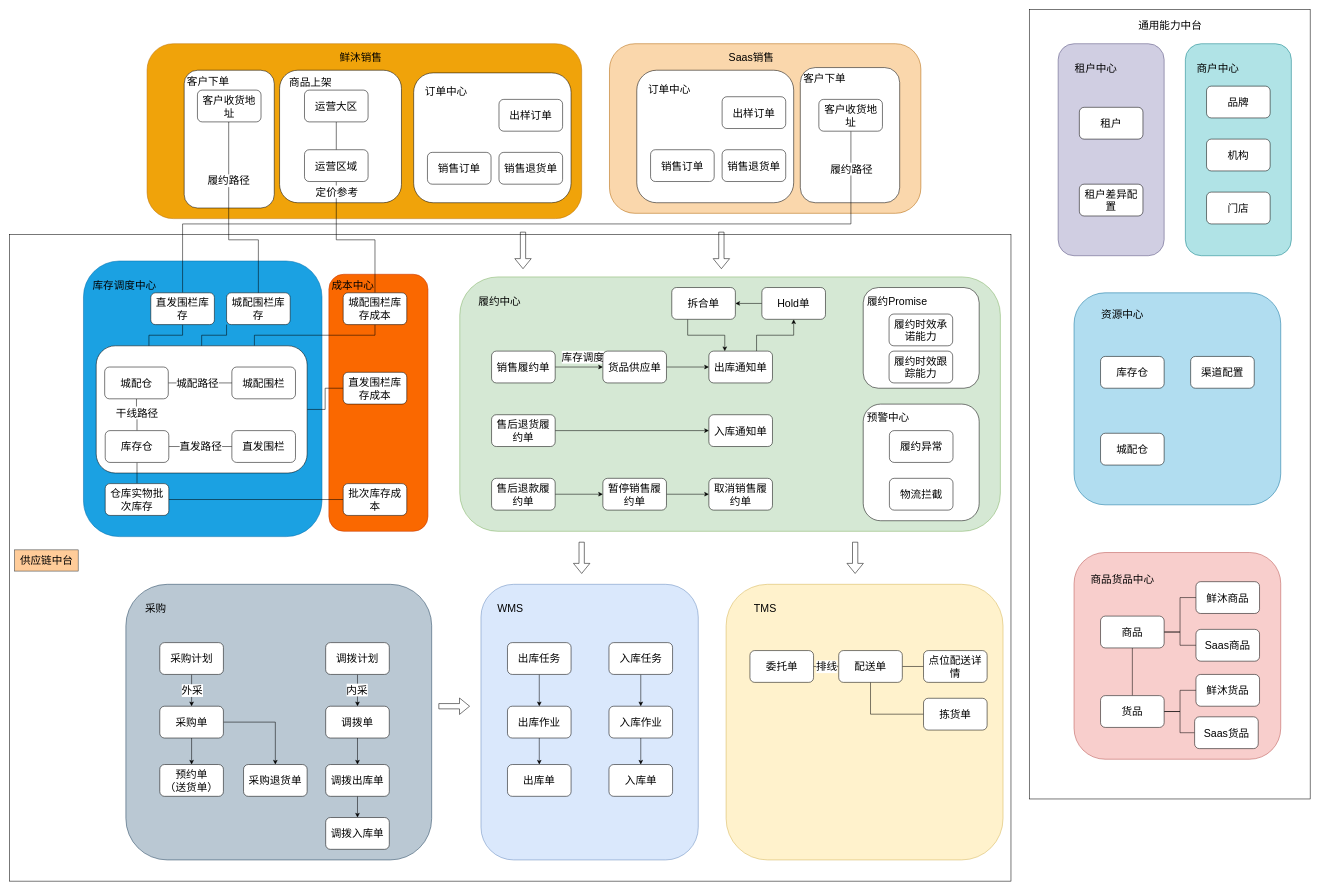
zzqfsy/zzqfsy.github.io keeps this draw.io diagram as draw.io/全渠道供应技术方案.drawio. Above is the earlier version. Source tidied: cells renumbered, new cells numbered last; positions are measured from the earlier drawing's top-left corner, leaving out a move shared by most shapes. Both pictures are drawn from the tidied source at 53%, with x=0, y=0 at pixel (9, 9).
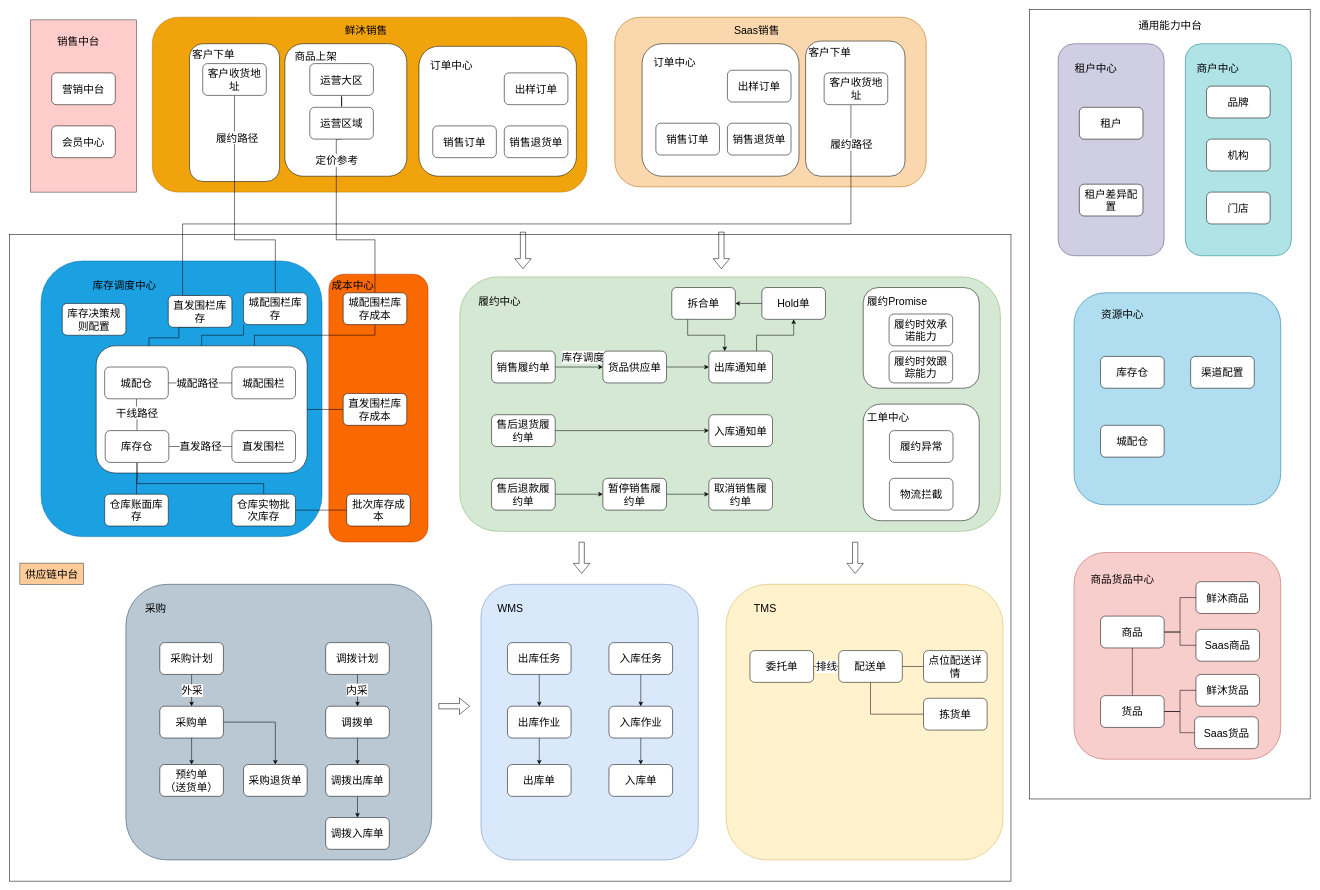
The same diagram, later.

Commit message (it also covers changes not shown here):
更新全渠道供应技术方案.drawio

Unchanged cells that the change refers to:
```xml
<mxCell id="18" style="rounded=1;whiteSpace=wrap;html=1;fontSize=20;" parent="1" vertex="1">
  <mxGeometry x="164" y="635" width="398" height="240" as="geometry" />
</mxCell>
<mxCell id="65" value="库存仓" style="rounded=1;whiteSpace=wrap;html=1;fontSize=20;" parent="1" vertex="1">
  <mxGeometry x="181" y="795" width="120" height="60" as="geometry" />
</mxCell>
<mxCell id="71" style="edgeStyle=orthogonalEdgeStyle;rounded=0;jettySize=auto;html=1;exitX=0.5;exitY=1;exitDx=0;exitDy=0;endArrow=none;endFill=0;fontSize=20;" parent="1" edge="1" source="73" target="89">
  <mxGeometry relative="1" as="geometry">
    <Array as="points">
      <mxPoint x="617" y="435" />
      <mxPoint x="690" y="435" />
    </Array>
  </mxGeometry>
</mxCell>
```

What changed in the source:
```diff
@@
+    <mxCell id="162" style="whiteSpace=wrap;html=1;fontSize=20;fillColor=#ffcccc;strokeColor=#36393d;" parent="1" vertex="1">
+      <mxGeometry x="40" y="20" width="200" height="325" as="geometry" />
+    </mxCell>
@@
     <mxCell id="8" style="rounded=1;whiteSpace=wrap;html=1;fillColor=#fad7ac;strokeColor=#b46504;fontSize=20;" parent="1" vertex="1">
-      <mxGeometry x="1132.5" y="65" width="587.5" height="320" as="geometry" />
+      <mxGeometry x="1142.5" y="15" width="587.5" height="320" as="geometry" />
     </mxCell>
     <mxCell id="9" style="rounded=1;whiteSpace=wrap;html=1;fontSize=20;" parent="1" vertex="1">
-      <mxGeometry x="1492.5" y="110" width="187.5" height="255" as="geometry" />
+      <mxGeometry x="1502.5" y="60" width="187.5" height="255" as="geometry" />
     </mxCell>
     <mxCell id="10" style="rounded=1;whiteSpace=wrap;html=1;fillColor=#f0a30a;fontColor=#000000;strokeColor=#BD7000;fontSize=20;" parent="1" vertex="1">
-      <mxGeometry x="260" y="65" width="820" height="330" as="geometry" />
+      <mxGeometry x="270" y="15" width="820" height="330" as="geometry" />
     </mxCell>
     <mxCell id="11" style="rounded=1;whiteSpace=wrap;html=1;fontSize=20;" parent="1" vertex="1">
-      <mxGeometry x="330" y="115" width="170" height="260" as="geometry" />
+      <mxGeometry x="340" y="65" width="170" height="260" as="geometry" />
     </mxCell>
     <mxCell id="12" style="rounded=1;whiteSpace=wrap;html=1;fontSize=20;" parent="1" vertex="1">
-      <mxGeometry x="1184" y="115" width="296" height="250" as="geometry" />
+      <mxGeometry x="1194" y="65" width="296" height="250" as="geometry" />
     </mxCell>
     <mxCell id="13" style="rounded=1;whiteSpace=wrap;html=1;fontSize=20;" parent="1" vertex="1">
-      <mxGeometry x="510" y="115" width="230" height="250" as="geometry" />
+      <mxGeometry x="520" y="65" width="230" height="250" as="geometry" />
     </mxCell>
     <mxCell id="14" style="rounded=1;whiteSpace=wrap;html=1;fillColor=#fa6800;fontColor=#000000;strokeColor=#C73500;fontSize=20;" parent="1" vertex="1">
-      <mxGeometry x="603" y="500" width="187" height="485" as="geometry" />
+      <mxGeometry x="603" y="500" width="187" height="505" as="geometry" />
     </mxCell>
     <mxCell id="15" style="rounded=1;whiteSpace=wrap;html=1;fillColor=#1ba1e2;fontColor=#ffffff;strokeColor=#006EAF;fontSize=20;" parent="1" vertex="1">
-      <mxGeometry x="140" y="475" width="450" height="520" as="geometry" />
+      <mxGeometry x="60" y="475" width="530" height="520" as="geometry" />
     </mxCell>
@@
     <mxCell id="52" style="edgeStyle=orthogonalEdgeStyle;rounded=0;jettySize=auto;html=1;exitX=0.5;exitY=0;exitDx=0;exitDy=0;entryX=0.5;entryY=1;entryDx=0;entryDy=0;endArrow=none;endFill=0;fontSize=20;" parent="1" edge="1" source="54" target="65">
-      <mxGeometry relative="1" as="geometry" />
+      <mxGeometry relative="1" as="geometry">
+        <Array as="points">
+          <mxPoint x="480" y="895" />
+          <mxPoint x="241" y="895" />
+        </Array>
+      </mxGeometry>
     </mxCell>
@@
     <mxCell id="54" value="仓库实物批次库存" style="rounded=1;whiteSpace=wrap;html=1;fontSize=20;" parent="1" vertex="1">
-      <mxGeometry x="181" y="895" width="120" height="60" as="geometry" />
+      <mxGeometry x="420" y="915" width="120" height="60" as="geometry" />
     </mxCell>
     <mxCell id="55" value="销售订单" style="rounded=1;whiteSpace=wrap;html=1;fontSize=20;" parent="1" vertex="1">
-      <mxGeometry x="1210" y="265" width="120" height="60" as="geometry" />
+      <mxGeometry x="1220" y="215" width="120" height="60" as="geometry" />
     </mxCell>
     <mxCell id="56" value="Saas销售" style="text;html=1;align=center;verticalAlign=middle;strokeColor=none;fillColor=none;fontSize=20;" parent="1" vertex="1">
-      <mxGeometry x="1345" y="70" width="110" height="40" as="geometry" />
+      <mxGeometry x="1355" y="20" width="110" height="40" as="geometry" />
     </mxCell>
     <mxCell id="57" value="销售退货单" style="rounded=1;whiteSpace=wrap;html=1;fontSize=20;" parent="1" vertex="1">
-      <mxGeometry x="1345" y="265" width="120" height="60" as="geometry" />
+      <mxGeometry x="1355" y="215" width="120" height="60" as="geometry" />
     </mxCell>
     <mxCell id="58" value="出样订单" style="rounded=1;whiteSpace=wrap;html=1;fontSize=20;" parent="1" vertex="1">
-      <mxGeometry x="1345" y="165" width="120" height="60" as="geometry" />
+      <mxGeometry x="1355" y="115" width="120" height="60" as="geometry" />
     </mxCell>
@@
+    <mxCell id="163" style="edgeStyle=orthogonalEdgeStyle;rounded=0;jettySize=auto;html=1;exitX=0.5;exitY=1;exitDx=0;exitDy=0;entryX=0.5;entryY=0;entryDx=0;entryDy=0;fontSize=20;endArrow=none;endFill=0;" parent="1" edge="1" source="65" target="168">
+      <mxGeometry relative="1" as="geometry" />
+    </mxCell>
@@
     <mxCell id="70" value="运营大区" style="rounded=1;whiteSpace=wrap;html=1;fontSize=20;" parent="1" vertex="1">
-      <mxGeometry x="557" y="152.5" width="120" height="60" as="geometry" />
+      <mxGeometry x="567" y="102.5" width="120" height="60" as="geometry" />
     </mxCell>
@@
     <mxCell id="72" value="定价参考" style="edgeLabel;html=1;align=center;verticalAlign=middle;fontSize=20;" parent="71" vertex="1">
       <mxGeometry x="-0.72" y="1" relative="1" as="geometry">
-        <mxPoint x="-1" y="-22" as="offset" />
+        <mxPoint x="-1" y="-3" as="offset" />
       </mxGeometry>
     </mxCell>
     <mxCell id="73" value="运营区域" style="rounded=1;whiteSpace=wrap;html=1;fontSize=20;" parent="1" vertex="1">
-      <mxGeometry x="557" y="265" width="120" height="60" as="geometry" />
+      <mxGeometry x="567" y="185" width="120" height="60" as="geometry" />
     </mxCell>
     <mxCell id="74" value="鲜沐销售" style="text;html=1;align=center;verticalAlign=middle;strokeColor=none;fillColor=none;fontSize=20;" parent="1" vertex="1">
-      <mxGeometry x="613" y="70" width="100" height="40" as="geometry" />
+      <mxGeometry x="623" y="20" width="100" height="40" as="geometry" />
     </mxCell>
@@
     <mxCell id="90" value="批次库存成本" style="rounded=1;whiteSpace=wrap;html=1;fontSize=20;" parent="1" vertex="1">
-      <mxGeometry x="630" y="895" width="120" height="60" as="geometry" />
+      <mxGeometry x="636.5" y="915" width="120" height="60" as="geometry" />
     </mxCell>
@@
     <mxCell id="92" value="城配围栏库存" style="rounded=1;whiteSpace=wrap;html=1;fontSize=20;" parent="1" vertex="1">
-      <mxGeometry x="410" y="535" width="120" height="60" as="geometry" />
+      <mxGeometry x="442" y="535" width="120" height="60" as="geometry" />
     </mxCell>
@@
     <mxCell id="94" value="履约路径" style="edgeStyle=orthogonalEdgeStyle;rounded=0;jettySize=auto;html=1;exitX=0.5;exitY=1;exitDx=0;exitDy=0;endArrow=none;endFill=0;entryX=0.5;entryY=0;entryDx=0;entryDy=0;fontSize=20;" parent="1" edge="1" source="95" target="92">
-      <mxGeometry x="-0.41" relative="1" as="geometry">
+      <mxGeometry x="-0.65" y="5" relative="1" as="geometry">
         <Array as="points">
-          <mxPoint x="414" y="435" />
-          <mxPoint x="470" y="435" />
+          <mxPoint x="425" y="435" />
+          <mxPoint x="502" y="435" />
         </Array>
-        <mxPoint y="-1" as="offset" />
       </mxGeometry>
     </mxCell>
     <mxCell id="95" value="客户收货地址" style="rounded=1;whiteSpace=wrap;html=1;fontSize=20;" parent="1" vertex="1">
-      <mxGeometry x="355" y="152.5" width="120" height="60" as="geometry" />
+      <mxGeometry x="365" y="102.5" width="120" height="60" as="geometry" />
     </mxCell>
@@
     <mxCell id="103" value="商品上架" style="text;html=1;align=center;verticalAlign=middle;strokeColor=none;fillColor=none;fontSize=20;" parent="1" vertex="1">
-      <mxGeometry x="518" y="117.5" width="100" height="40" as="geometry" />
+      <mxGeometry x="528" y="67.5" width="100" height="40" as="geometry" />
     </mxCell>
     <mxCell id="104" value="订单中心" style="text;html=1;align=center;verticalAlign=middle;strokeColor=none;fillColor=none;fontSize=20;" parent="1" vertex="1">
-      <mxGeometry x="1195" y="130" width="100" height="40" as="geometry" />
+      <mxGeometry x="1205" y="80" width="100" height="40" as="geometry" />
     </mxCell>
     <mxCell id="105" style="rounded=1;whiteSpace=wrap;html=1;fontSize=20;" parent="1" vertex="1">
-      <mxGeometry x="763" y="120" width="297" height="245" as="geometry" />
+      <mxGeometry x="773" y="70" width="297" height="245" as="geometry" />
     </mxCell>
     <mxCell id="106" value="销售订单" style="rounded=1;whiteSpace=wrap;html=1;fontSize=20;" parent="1" vertex="1">
-      <mxGeometry x="789" y="270" width="120" height="60" as="geometry" />
+      <mxGeometry x="799" y="220" width="120" height="60" as="geometry" />
     </mxCell>
     <mxCell id="107" value="销售退货单" style="rounded=1;whiteSpace=wrap;html=1;fontSize=20;" parent="1" vertex="1">
-      <mxGeometry x="924" y="270" width="120" height="60" as="geometry" />
+      <mxGeometry x="934" y="220" width="120" height="60" as="geometry" />
     </mxCell>
     <mxCell id="108" value="出样订单" style="rounded=1;whiteSpace=wrap;html=1;fontSize=20;" parent="1" vertex="1">
-      <mxGeometry x="924" y="170" width="120" height="60" as="geometry" />
+      <mxGeometry x="934" y="120" width="120" height="60" as="geometry" />
     </mxCell>
     <mxCell id="109" value="订单中心" style="text;html=1;align=center;verticalAlign=middle;strokeColor=none;fillColor=none;fontSize=20;" parent="1" vertex="1">
-      <mxGeometry x="774" y="135" width="100" height="40" as="geometry" />
+      <mxGeometry x="784" y="85" width="100" height="40" as="geometry" />
     </mxCell>
@@
     <mxCell id="111" value="直发围栏库存成本" style="rounded=1;whiteSpace=wrap;html=1;fontSize=20;" parent="1" vertex="1">
-      <mxGeometry x="630" y="685" width="120" height="60" as="geometry" />
+      <mxGeometry x="630" y="725" width="120" height="60" as="geometry" />
     </mxCell>
     <mxCell id="112" style="edgeStyle=orthogonalEdgeStyle;rounded=0;jettySize=auto;html=1;exitX=0.5;exitY=1;exitDx=0;exitDy=0;entryX=0.25;entryY=0;entryDx=0;entryDy=0;endArrow=none;endFill=0;fontSize=20;" parent="1" edge="1" source="115" target="18">
-      <mxGeometry relative="1" as="geometry" />
+      <mxGeometry relative="1" as="geometry">
+        <Array as="points">
+          <mxPoint x="320" y="600" />
+          <mxPoint x="320" y="620" />
+          <mxPoint x="264" y="620" />
+        </Array>
+      </mxGeometry>
     </mxCell>
@@
     <mxCell id="115" value="直发围栏库存" style="rounded=1;whiteSpace=wrap;html=1;fontSize=20;" parent="1" vertex="1">
-      <mxGeometry x="267" y="535" width="120" height="60" as="geometry" />
+      <mxGeometry x="300" y="540" width="120" height="60" as="geometry" />
     </mxCell>
     <mxCell id="116" value="客户收货地址" style="rounded=1;whiteSpace=wrap;html=1;fontSize=20;" parent="1" vertex="1">
-      <mxGeometry x="1527.5" y="170" width="120" height="60" as="geometry" />
+      <mxGeometry x="1537.5" y="120" width="120" height="60" as="geometry" />
     </mxCell>
@@
     <mxCell id="122" value="城配仓" style="rounded=1;whiteSpace=wrap;html=1;fontSize=20;" parent="1" vertex="1">
-      <mxGeometry x="2059" y="800" width="120" height="60" as="geometry" />
+      <mxGeometry x="2059" y="785" width="120" height="60" as="geometry" />
     </mxCell>
@@
     <mxCell id="143" value="客户下单" style="text;html=1;align=center;verticalAlign=middle;strokeColor=none;fillColor=none;fontSize=20;" parent="1" vertex="1">
-      <mxGeometry x="325" y="115" width="100" height="40" as="geometry" />
+      <mxGeometry x="335" y="65" width="100" height="40" as="geometry" />
     </mxCell>
     <mxCell id="144" value="客户下单" style="text;html=1;align=center;verticalAlign=middle;strokeColor=none;fillColor=none;fontSize=20;" parent="1" vertex="1">
-      <mxGeometry x="1487.5" y="110" width="100" height="40" as="geometry" />
+      <mxGeometry x="1497.5" y="60" width="100" height="40" as="geometry" />
     </mxCell>
@@
-    <mxCell id="149" value="预警中心" style="text;html=1;align=center;verticalAlign=middle;strokeColor=none;fillColor=none;fontSize=20;" parent="1" vertex="1">
+    <mxCell id="149" value="工单中心" style="text;html=1;align=center;verticalAlign=middle;strokeColor=none;fillColor=none;fontSize=20;" parent="1" vertex="1">
       <mxGeometry x="1607.5" y="750" width="100" height="40" as="geometry" />
     </mxCell>
@@
     <mxCell id="161" value="供应链中台" style="text;html=1;align=center;verticalAlign=middle;fillColor=#ffcc99;fontSize=20;strokeColor=#36393d;" parent="1" vertex="1">
-      <mxGeometry x="10" y="1020" width="120" height="40" as="geometry" />
+      <mxGeometry x="20" y="1045" width="120" height="40" as="geometry" />
     </mxCell>
+    <mxCell id="164" value="库存决策规则配置" style="rounded=1;whiteSpace=wrap;html=1;fontSize=20;" parent="1" vertex="1">
+      <mxGeometry x="100" y="555" width="120" height="60" as="geometry" />
+    </mxCell>
+    <mxCell id="165" value="营销中台" style="rounded=1;whiteSpace=wrap;html=1;fontSize=20;" parent="1" vertex="1">
+      <mxGeometry x="80" y="120" width="120" height="60" as="geometry" />
+    </mxCell>
+    <mxCell id="166" value="会员中心" style="rounded=1;whiteSpace=wrap;html=1;fontSize=20;" parent="1" vertex="1">
+      <mxGeometry x="80" y="220" width="120" height="60" as="geometry" />
+    </mxCell>
+    <mxCell id="167" value="销售中台" style="text;html=1;align=center;verticalAlign=middle;strokeColor=none;fillColor=none;fontSize=20;" parent="1" vertex="1">
+      <mxGeometry x="80" y="40" width="100" height="40" as="geometry" />
+    </mxCell>
+    <mxCell id="168" value="仓库账面库存" style="rounded=1;whiteSpace=wrap;html=1;fontSize=20;" parent="1" vertex="1">
+      <mxGeometry x="180" y="915" width="120" height="60" as="geometry" />
+    </mxCell>
```
